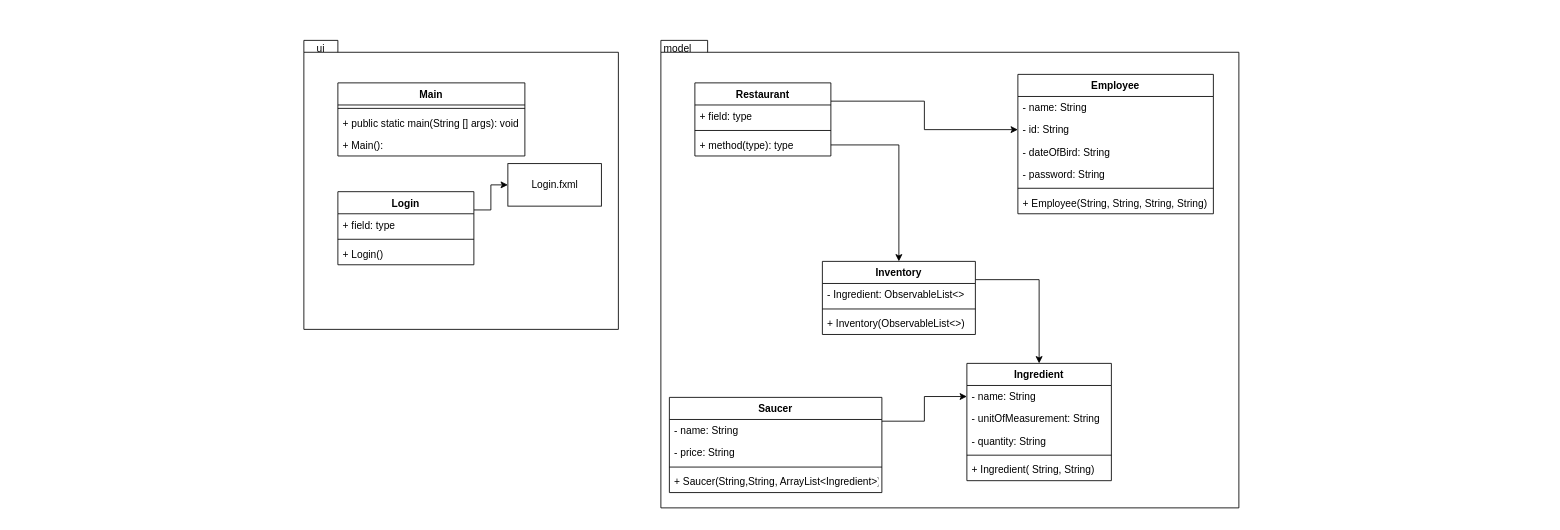
Alexander940/firstIntegrativeTask keeps this draw.io diagram as docs/classDiagram.drawio. Above is the earlier version. Source tidied: cells renumbered, new cells numbered last; positions are measured from the earlier drawing's top-left corner, leaving out a move shared by most shapes. Both pictures are drawn from the tidied source at 85%, with x=0, y=0 at pixel (303, 40).
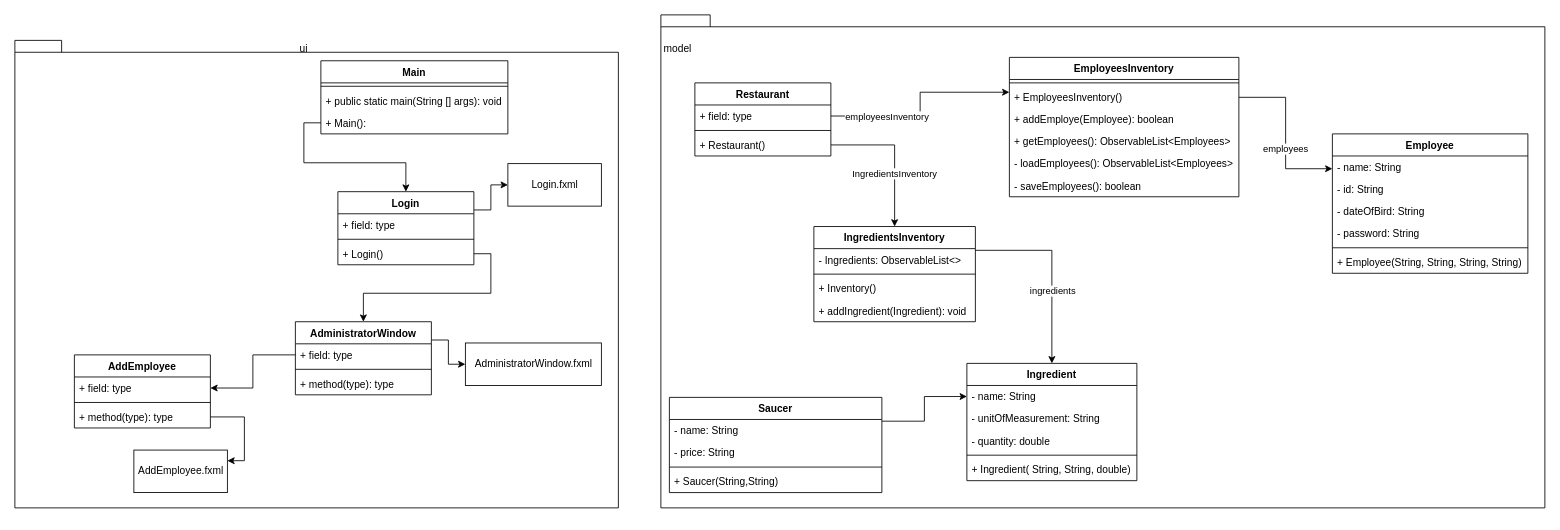
Above is the later version.

Unchanged cells that the change refers to:
```xml
<mxCell id="9" value="+ Main():" style="text;strokeColor=none;fillColor=none;align=left;verticalAlign=top;spacingLeft=4;spacingRight=4;overflow=hidden;points=[[0,0.5],[1,0.5]];portConstraint=eastwest;" parent="6" vertex="1">
  <mxGeometry y="60" width="220" height="26" as="geometry" />
</mxCell>
<mxCell id="11" value="Restaurant" style="swimlane;fontStyle=1;align=center;verticalAlign=top;horizontal=1;startSize=26;" parent="1" vertex="1">
  <mxGeometry x="460" y="50" width="160" height="86" as="geometry" />
</mxCell>
<mxCell id="12" value="+ field: type" style="text;strokeColor=none;fillColor=none;align=left;verticalAlign=top;spacingLeft=4;spacingRight=4;overflow=hidden;points=[[0,0.5],[1,0.5]];portConstraint=eastwest;" parent="11" vertex="1">
  <mxGeometry y="26" width="160" height="26" as="geometry" />
</mxCell>
<mxCell id="17" value="- id: String" style="text;strokeColor=none;fillColor=none;align=left;verticalAlign=top;spacingLeft=4;spacingRight=4;overflow=hidden;points=[[0,0.5],[1,0.5]];portConstraint=eastwest;" parent="15" vertex="1">
  <mxGeometry y="52" width="230" height="26" as="geometry" />
</mxCell>
<mxCell id="28" style="edgeStyle=orthogonalEdgeStyle;rounded=0;jettySize=auto;html=1;exitX=1;exitY=0.25;exitDx=0;exitDy=0;entryX=0.5;entryY=0;entryDx=0;entryDy=0;" parent="1" edge="1" source="29" target="22">
  <mxGeometry relative="1" as="geometry" />
</mxCell>
<mxCell id="33" style="edgeStyle=orthogonalEdgeStyle;rounded=0;jettySize=auto;html=1;exitX=1;exitY=0.5;exitDx=0;exitDy=0;entryX=0.5;entryY=0;entryDx=0;entryDy=0;" parent="1" edge="1" source="14" target="29">
  <mxGeometry relative="1" as="geometry" />
</mxCell>
<mxCell id="35" value="Saucer" style="swimlane;fontStyle=1;align=center;verticalAlign=top;horizontal=1;startSize=26;" parent="1" vertex="1">
  <mxGeometry x="430" y="420" width="250" height="112" as="geometry" />
</mxCell>
<mxCell id="42" value="Login" style="swimlane;fontStyle=1;align=center;verticalAlign=top;horizontal=1;startSize=26;" parent="1" vertex="1">
  <mxGeometry x="40" y="178" width="160" height="86" as="geometry" />
</mxCell>
<mxCell id="45" value="+ Login()" style="text;strokeColor=none;fillColor=none;align=left;verticalAlign=top;spacingLeft=4;spacingRight=4;overflow=hidden;points=[[0,0.5],[1,0.5]];portConstraint=eastwest;" parent="42" vertex="1">
  <mxGeometry y="60" width="160" height="26" as="geometry" />
</mxCell>
```

Diff of the diagram source:
```diff
@@
     <mxCell id="2" style="shape=folder;fontStyle=1;spacingTop=10;tabWidth=40;tabHeight=14;tabPosition=left;html=1;" parent="1" vertex="1">
-      <mxGeometry width="370" height="340" as="geometry" />
+      <mxGeometry x="-340" width="710" height="550" as="geometry" />
     </mxCell>
     <mxCell id="3" style="shape=folder;fontStyle=1;spacingTop=10;tabWidth=40;tabHeight=14;tabPosition=left;html=1;" parent="1" vertex="1">
-      <mxGeometry x="420" width="680" height="550" as="geometry" />
+      <mxGeometry x="420" y="-30" width="1040" height="580" as="geometry" />
     </mxCell>
     <mxCell id="4" value="ui" style="text;html=1;strokeColor=none;fillColor=none;align=center;verticalAlign=middle;whiteSpace=wrap;rounded=0;" parent="1" vertex="1">
-      <mxGeometry width="40" height="20" as="geometry" />
+      <mxGeometry x="-20" width="40" height="20" as="geometry" />
     </mxCell>
@@
     <mxCell id="6" value="Main" style="swimlane;fontStyle=1;align=center;verticalAlign=top;horizontal=1;startSize=26;" parent="1" vertex="1">
-      <mxGeometry x="40" y="50" width="220" height="86" as="geometry" />
+      <mxGeometry x="20" y="24" width="220" height="86" as="geometry" />
     </mxCell>
@@
-    <mxCell id="10" style="edgeStyle=orthogonalEdgeStyle;rounded=0;jettySize=auto;html=1;exitX=1;exitY=0.25;exitDx=0;exitDy=0;entryX=0;entryY=0.5;entryDx=0;entryDy=0;" parent="1" edge="1" source="11" target="17">
-      <mxGeometry relative="1" as="geometry" />
-    </mxCell>
@@
-    <mxCell id="14" value="+ method(type): type" style="text;strokeColor=none;fillColor=none;align=left;verticalAlign=top;spacingLeft=4;spacingRight=4;overflow=hidden;points=[[0,0.5],[1,0.5]];portConstraint=eastwest;" parent="11" vertex="1">
+    <mxCell id="14" value="+ Restaurant()" style="text;strokeColor=none;fillColor=none;align=left;verticalAlign=top;spacingLeft=4;spacingRight=4;overflow=hidden;points=[[0,0.5],[1,0.5]];portConstraint=eastwest;" parent="11" vertex="1">
       <mxGeometry y="60" width="160" height="26" as="geometry" />
     </mxCell>
     <mxCell id="15" value="Employee" style="swimlane;fontStyle=1;align=center;verticalAlign=top;horizontal=1;startSize=26;" parent="1" vertex="1">
-      <mxGeometry x="840" y="40" width="230" height="164" as="geometry" />
+      <mxGeometry x="1210" y="110" width="230" height="164" as="geometry" />
     </mxCell>
@@
     <mxCell id="22" value="Ingredient" style="swimlane;fontStyle=1;align=center;verticalAlign=top;horizontal=1;startSize=26;" parent="1" vertex="1">
-      <mxGeometry x="780" y="380" width="170" height="138" as="geometry" />
+      <mxGeometry x="780" y="380" width="200" height="138" as="geometry" />
     </mxCell>
     <mxCell id="23" value="- name: String" style="text;strokeColor=none;fillColor=none;align=left;verticalAlign=top;spacingLeft=4;spacingRight=4;overflow=hidden;points=[[0,0.5],[1,0.5]];portConstraint=eastwest;" parent="22" vertex="1">
-      <mxGeometry y="26" width="170" height="26" as="geometry" />
+      <mxGeometry y="26" width="200" height="26" as="geometry" />
     </mxCell>
     <mxCell id="24" value="- unitOfMeasurement: String" style="text;strokeColor=none;fillColor=none;align=left;verticalAlign=top;spacingLeft=4;spacingRight=4;overflow=hidden;" parent="22" vertex="1">
-      <mxGeometry y="52" width="170" height="26" as="geometry" />
+      <mxGeometry y="52" width="200" height="26" as="geometry" />
     </mxCell>
-    <mxCell id="25" value="- quantity: String" style="text;strokeColor=none;fillColor=none;align=left;verticalAlign=top;spacingLeft=4;spacingRight=4;overflow=hidden;" parent="22" vertex="1">
-      <mxGeometry y="78" width="170" height="26" as="geometry" />
+    <mxCell id="25" value="- quantity: double" style="text;strokeColor=none;fillColor=none;align=left;verticalAlign=top;spacingLeft=4;spacingRight=4;overflow=hidden;" parent="22" vertex="1">
+      <mxGeometry y="78" width="200" height="26" as="geometry" />
     </mxCell>
     <mxCell id="26" style="line;strokeWidth=1;fillColor=none;align=left;verticalAlign=middle;spacingTop=-1;spacingLeft=3;spacingRight=3;labelPosition=right;" parent="22" vertex="1">
-      <mxGeometry y="104" width="170" height="8" as="geometry" />
+      <mxGeometry y="104" width="200" height="8" as="geometry" />
     </mxCell>
-    <mxCell id="27" value="+ Ingredient( String, String)" style="text;strokeColor=none;fillColor=none;align=left;verticalAlign=top;spacingLeft=4;spacingRight=4;overflow=hidden;" parent="22" vertex="1">
-      <mxGeometry y="112" width="170" height="26" as="geometry" />
+    <mxCell id="27" value="+ Ingredient( String, String, double)" style="text;strokeColor=none;fillColor=none;align=left;verticalAlign=top;spacingLeft=4;spacingRight=4;overflow=hidden;" parent="22" vertex="1">
+      <mxGeometry y="112" width="200" height="26" as="geometry" />
     </mxCell>
@@
+    <mxCell id="46" value="ingredients" style="edgeLabel;html=1;align=center;verticalAlign=middle;" parent="28" vertex="1">
+      <mxGeometry x="0.23" relative="1" as="geometry" />
+    </mxCell>
-    <mxCell id="29" value="Inventory" style="swimlane;fontStyle=1;align=center;verticalAlign=top;horizontal=1;startSize=26;" parent="1" vertex="1">
-      <mxGeometry x="610" y="260" width="180" height="86" as="geometry" />
+    <mxCell id="29" value="IngredientsInventory" style="swimlane;fontStyle=1;align=center;verticalAlign=top;horizontal=1;startSize=26;" parent="1" vertex="1">
+      <mxGeometry x="600" y="219" width="190" height="112" as="geometry" />
     </mxCell>
-    <mxCell id="30" value="- Ingredient: ObservableList&lt;&gt; " style="text;strokeColor=none;fillColor=none;align=left;verticalAlign=top;spacingLeft=4;spacingRight=4;overflow=hidden;" parent="29" vertex="1">
-      <mxGeometry y="26" width="180" height="26" as="geometry" />
+    <mxCell id="30" value="- Ingredients: ObservableList&lt;&gt; " style="text;strokeColor=none;fillColor=none;align=left;verticalAlign=top;spacingLeft=4;spacingRight=4;overflow=hidden;" parent="29" vertex="1">
+      <mxGeometry y="26" width="190" height="26" as="geometry" />
     </mxCell>
     <mxCell id="31" style="line;strokeWidth=1;fillColor=none;align=left;verticalAlign=middle;spacingTop=-1;spacingLeft=3;spacingRight=3;labelPosition=right;" parent="29" vertex="1">
-      <mxGeometry y="52" width="180" height="8" as="geometry" />
+      <mxGeometry y="52" width="190" height="8" as="geometry" />
     </mxCell>
-    <mxCell id="32" value="+ Inventory(ObservableList&lt;&gt;)" style="text;strokeColor=none;fillColor=none;align=left;verticalAlign=top;spacingLeft=4;spacingRight=4;overflow=hidden;" parent="29" vertex="1">
-      <mxGeometry y="60" width="180" height="26" as="geometry" />
+    <mxCell id="32" value="+ Inventory()" style="text;strokeColor=none;fillColor=none;align=left;verticalAlign=top;spacingLeft=4;spacingRight=4;overflow=hidden;" parent="29" vertex="1">
+      <mxGeometry y="60" width="190" height="26" as="geometry" />
     </mxCell>
+    <mxCell id="47" value="+ addIngredient(Ingredient): void" style="text;strokeColor=none;fillColor=none;align=left;verticalAlign=top;spacingLeft=4;spacingRight=4;overflow=hidden;" parent="29" vertex="1">
+      <mxGeometry y="86" width="190" height="26" as="geometry" />
+    </mxCell>
@@
+    <mxCell id="48" value="IngredientsInventory" style="edgeLabel;html=1;align=center;verticalAlign=middle;" parent="33" vertex="1">
+      <mxGeometry x="0.26" y="-1" relative="1" as="geometry" />
+    </mxCell>
@@
-    <mxCell id="39" value="+ Saucer(String,String, ArrayList&lt;Ingredient&gt;)" style="text;strokeColor=none;fillColor=none;align=left;verticalAlign=top;spacingLeft=4;spacingRight=4;overflow=hidden;" parent="35" vertex="1">
+    <mxCell id="39" value="+ Saucer(String,String)" style="text;strokeColor=none;fillColor=none;align=left;verticalAlign=top;spacingLeft=4;spacingRight=4;overflow=hidden;" parent="35" vertex="1">
       <mxGeometry y="86" width="250" height="26" as="geometry" />
     </mxCell>
@@
+    <mxCell id="49" value="EmployeesInventory" style="swimlane;fontStyle=1;align=center;verticalAlign=top;horizontal=1;startSize=26;" parent="1" vertex="1">
+      <mxGeometry x="830" y="20" width="270" height="164" as="geometry" />
+    </mxCell>
+    <mxCell id="50" style="line;strokeWidth=1;fillColor=none;align=left;verticalAlign=middle;spacingTop=-1;spacingLeft=3;spacingRight=3;labelPosition=right;" parent="49" vertex="1">
+      <mxGeometry y="26" width="270" height="8" as="geometry" />
+    </mxCell>
+    <mxCell id="51" value="+ EmployeesInventory()" style="text;strokeColor=none;fillColor=none;align=left;verticalAlign=top;spacingLeft=4;spacingRight=4;overflow=hidden;points=[[0,0.5],[1,0.5]];portConstraint=eastwest;" parent="49" vertex="1">
+      <mxGeometry y="34" width="270" height="26" as="geometry" />
+    </mxCell>
+    <mxCell id="52" value="+ addEmploye(Employee): boolean" style="text;strokeColor=none;fillColor=none;align=left;verticalAlign=top;spacingLeft=4;spacingRight=4;overflow=hidden;" parent="49" vertex="1">
+      <mxGeometry y="60" width="270" height="26" as="geometry" />
+    </mxCell>
+    <mxCell id="53" value="+ getEmployees(): ObservableList&lt;Employees&gt;" style="text;strokeColor=none;fillColor=none;align=left;verticalAlign=top;spacingLeft=4;spacingRight=4;overflow=hidden;" parent="49" vertex="1">
+      <mxGeometry y="86" width="270" height="26" as="geometry" />
+    </mxCell>
+    <mxCell id="54" value="- loadEmployees(): ObservableList&lt;Employees&gt;" style="text;strokeColor=none;fillColor=none;align=left;verticalAlign=top;spacingLeft=4;spacingRight=4;overflow=hidden;" parent="49" vertex="1">
+      <mxGeometry y="112" width="270" height="26" as="geometry" />
+    </mxCell>
+    <mxCell id="55" value="- saveEmployees(): boolean" style="text;strokeColor=none;fillColor=none;align=left;verticalAlign=top;spacingLeft=4;spacingRight=4;overflow=hidden;" parent="49" vertex="1">
+      <mxGeometry y="138" width="270" height="26" as="geometry" />
+    </mxCell>
+    <mxCell id="56" style="edgeStyle=orthogonalEdgeStyle;rounded=0;jettySize=auto;html=1;exitX=0;exitY=0.5;exitDx=0;exitDy=0;entryX=0.5;entryY=0;entryDx=0;entryDy=0;" parent="1" edge="1" source="9" target="42">
+      <mxGeometry relative="1" as="geometry" />
+    </mxCell>
+    <mxCell id="57" style="edgeStyle=orthogonalEdgeStyle;rounded=0;orthogonalLoop=1;jettySize=auto;html=1;exitX=0.5;exitY=1;exitDx=0;exitDy=0;exitPerimeter=0;" parent="1" edge="1" source="2" target="2">
+      <mxGeometry relative="1" as="geometry" />
+    </mxCell>
+    <mxCell id="58" style="edgeStyle=orthogonalEdgeStyle;rounded=0;jettySize=auto;html=1;exitX=1;exitY=0.25;exitDx=0;exitDy=0;entryX=0;entryY=0.5;entryDx=0;entryDy=0;" parent="1" edge="1" source="59" target="64">
+      <mxGeometry relative="1" as="geometry" />
+    </mxCell>
+    <mxCell id="59" value="AdministratorWindow" style="swimlane;fontStyle=1;align=center;verticalAlign=top;horizontal=1;startSize=26;" parent="1" vertex="1">
+      <mxGeometry x="-10" y="331" width="160" height="86" as="geometry" />
+    </mxCell>
+    <mxCell id="60" value="+ field: type" style="text;strokeColor=none;fillColor=none;align=left;verticalAlign=top;spacingLeft=4;spacingRight=4;overflow=hidden;points=[[0,0.5],[1,0.5]];portConstraint=eastwest;" parent="59" vertex="1">
+      <mxGeometry y="26" width="160" height="26" as="geometry" />
+    </mxCell>
+    <mxCell id="61" style="line;strokeWidth=1;fillColor=none;align=left;verticalAlign=middle;spacingTop=-1;spacingLeft=3;spacingRight=3;labelPosition=right;" parent="59" vertex="1">
+      <mxGeometry y="52" width="160" height="8" as="geometry" />
+    </mxCell>
+    <mxCell id="62" value="+ method(type): type" style="text;strokeColor=none;fillColor=none;align=left;verticalAlign=top;spacingLeft=4;spacingRight=4;overflow=hidden;" parent="59" vertex="1">
+      <mxGeometry y="60" width="160" height="26" as="geometry" />
+    </mxCell>
+    <mxCell id="63" style="edgeStyle=orthogonalEdgeStyle;rounded=0;jettySize=auto;html=1;exitX=1;exitY=0.5;exitDx=0;exitDy=0;entryX=0.5;entryY=0;entryDx=0;entryDy=0;" parent="1" edge="1" source="45" target="59">
+      <mxGeometry relative="1" as="geometry" />
+    </mxCell>
+    <mxCell id="64" value="AdministratorWindow.fxml" style="html=1;" parent="1" vertex="1">
+      <mxGeometry x="190" y="356" width="160" height="50" as="geometry" />
+    </mxCell>
+    <mxCell id="65" value="AddEmployee" style="swimlane;fontStyle=1;align=center;verticalAlign=top;horizontal=1;startSize=26;" parent="1" vertex="1">
+      <mxGeometry x="-270" y="370" width="160" height="86" as="geometry" />
+    </mxCell>
+    <mxCell id="66" value="+ field: type" style="text;strokeColor=none;fillColor=none;align=left;verticalAlign=top;spacingLeft=4;spacingRight=4;overflow=hidden;points=[[0,0.5],[1,0.5]];portConstraint=eastwest;" parent="65" vertex="1">
+      <mxGeometry y="26" width="160" height="26" as="geometry" />
+    </mxCell>
+    <mxCell id="67" style="line;strokeWidth=1;fillColor=none;align=left;verticalAlign=middle;spacingTop=-1;spacingLeft=3;spacingRight=3;labelPosition=right;" parent="65" vertex="1">
+      <mxGeometry y="52" width="160" height="8" as="geometry" />
+    </mxCell>
+    <mxCell id="68" value="+ method(type): type" style="text;strokeColor=none;fillColor=none;align=left;verticalAlign=top;spacingLeft=4;spacingRight=4;overflow=hidden;points=[[0,0.5],[1,0.5]];portConstraint=eastwest;" parent="65" vertex="1">
+      <mxGeometry y="60" width="160" height="26" as="geometry" />
+    </mxCell>
+    <mxCell id="69" value="AddEmployee.fxml" style="html=1;" parent="1" vertex="1">
+      <mxGeometry x="-200" y="482" width="110" height="50" as="geometry" />
+    </mxCell>
+    <mxCell id="70" style="edgeStyle=orthogonalEdgeStyle;rounded=0;jettySize=auto;html=1;exitX=0;exitY=0.5;exitDx=0;exitDy=0;entryX=1;entryY=0.5;entryDx=0;entryDy=0;" parent="1" edge="1" source="60" target="66">
+      <mxGeometry relative="1" as="geometry" />
+    </mxCell>
+    <mxCell id="71" style="edgeStyle=orthogonalEdgeStyle;rounded=0;jettySize=auto;html=1;exitX=1;exitY=0.5;exitDx=0;exitDy=0;entryX=1;entryY=0.25;entryDx=0;entryDy=0;" parent="1" edge="1" source="68" target="69">
+      <mxGeometry relative="1" as="geometry" />
+    </mxCell>
+    <mxCell id="72" style="edgeStyle=orthogonalEdgeStyle;rounded=0;jettySize=auto;html=1;exitX=1;exitY=0.5;exitDx=0;exitDy=0;entryX=0;entryY=0.25;entryDx=0;entryDy=0;" parent="1" edge="1" source="12" target="49">
+      <mxGeometry relative="1" as="geometry" />
+    </mxCell>
+    <mxCell id="73" value="employeesInventory" style="edgeLabel;html=1;align=center;verticalAlign=middle;" parent="72" vertex="1">
+      <mxGeometry x="-0.45" relative="1" as="geometry" />
+    </mxCell>
+    <mxCell id="74" style="edgeStyle=orthogonalEdgeStyle;rounded=0;jettySize=auto;html=1;exitX=1;exitY=0.5;exitDx=0;exitDy=0;entryX=0;entryY=0.25;entryDx=0;entryDy=0;" parent="1" edge="1" source="51" target="15">
+      <mxGeometry relative="1" as="geometry" />
+    </mxCell>
+    <mxCell id="75" value="employees" style="edgeLabel;html=1;align=center;verticalAlign=middle;" parent="74" vertex="1">
+      <mxGeometry x="0.19" y="-1" relative="1" as="geometry" />
+    </mxCell>
```
